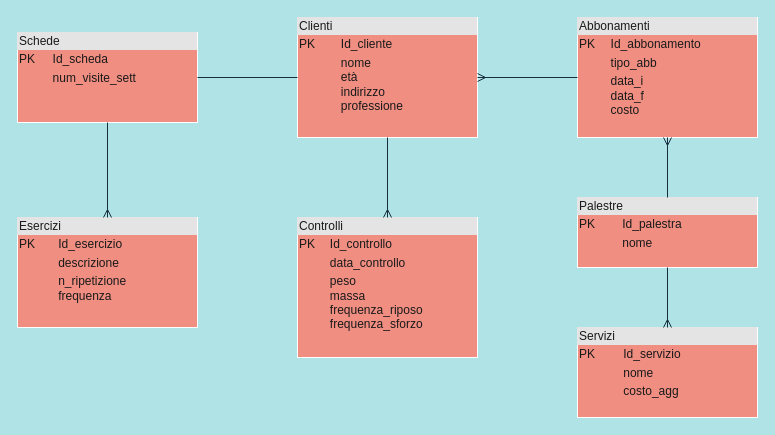
ChiaraGismondi02/informatica-modelloE-R keeps this draw.io diagram as Palestra.drawio. Above is the earlier version. Source tidied: cells renumbered, new cells numbered last; positions are measured from the earlier drawing's top-left corner, leaving out a move shared by most shapes. Both pictures are drawn from the tidied source at 100%, with x=0, y=0 at pixel (17, 17).
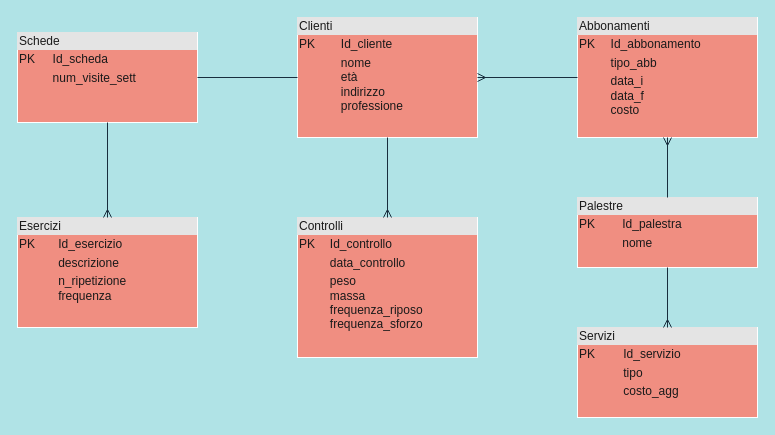
The same page after the edit.

What changed in the source:
```diff
@@
 <mxGraphModel background="#B0E3E6">
   <root>
     <mxCell id="0" />
     <mxCell id="1" parent="0" />
     <mxCell id="2" value="&lt;div style=&quot;box-sizing: border-box ; width: 100% ; background: #e4e4e4 ; padding: 2px&quot;&gt;Clienti&lt;/div&gt;&lt;table style=&quot;width: 100% ; font-size: 1em&quot; cellpadding=&quot;2&quot; cellspacing=&quot;0&quot;&gt;&lt;tbody&gt;&lt;tr&gt;&lt;td&gt;PK&lt;/td&gt;&lt;td&gt;Id_cliente&lt;/td&gt;&lt;/tr&gt;&lt;tr&gt;&lt;td&gt;&lt;br&gt;&lt;/td&gt;&lt;td&gt;nome &lt;br&gt;età &lt;br&gt;indirizzo &lt;br&gt;professione&lt;/td&gt;&lt;/tr&gt;&lt;tr&gt;&lt;td&gt;&lt;/td&gt;&lt;td&gt;&lt;br&gt;&lt;/td&gt;&lt;/tr&gt;&lt;/tbody&gt;&lt;/table&gt;" style="verticalAlign=top;align=left;overflow=fill;html=1;fillColor=#F08E81;strokeColor=#FFFFFF;fontColor=#1A1A1A;" parent="1" vertex="1">
       <mxGeometry x="280" width="180" height="120" as="geometry" />
     </mxCell>
     <mxCell id="3" value="&lt;div style=&quot;box-sizing: border-box ; width: 100% ; background: #e4e4e4 ; padding: 2px&quot;&gt;Schede&lt;/div&gt;&lt;table style=&quot;width: 100% ; font-size: 1em&quot; cellpadding=&quot;2&quot; cellspacing=&quot;0&quot;&gt;&lt;tbody&gt;&lt;tr&gt;&lt;td&gt;PK&lt;/td&gt;&lt;td&gt;Id_scheda&lt;/td&gt;&lt;/tr&gt;&lt;tr&gt;&lt;td&gt;&lt;br&gt;&lt;/td&gt;&lt;td&gt;num_visite_sett&lt;/td&gt;&lt;/tr&gt;&lt;tr&gt;&lt;td&gt;&lt;/td&gt;&lt;td&gt;&lt;br&gt;&lt;/td&gt;&lt;/tr&gt;&lt;/tbody&gt;&lt;/table&gt;" style="verticalAlign=top;align=left;overflow=fill;html=1;fillColor=#F08E81;strokeColor=#FFFFFF;fontColor=#1A1A1A;" parent="1" vertex="1">
       <mxGeometry y="15" width="180" height="90" as="geometry" />
     </mxCell>
     <mxCell id="4" value="&lt;div style=&quot;box-sizing: border-box ; width: 100% ; background: #e4e4e4 ; padding: 2px&quot;&gt;Abbonamenti&lt;/div&gt;&lt;table style=&quot;width: 100% ; font-size: 1em&quot; cellpadding=&quot;2&quot; cellspacing=&quot;0&quot;&gt;&lt;tbody&gt;&lt;tr&gt;&lt;td&gt;PK&lt;/td&gt;&lt;td&gt;Id_abbonamento&lt;/td&gt;&lt;/tr&gt;&lt;tr&gt;&lt;td&gt;&lt;br&gt;&lt;/td&gt;&lt;td&gt;tipo_abb&lt;/td&gt;&lt;/tr&gt;&lt;tr&gt;&lt;td&gt;&lt;/td&gt;&lt;td&gt;data_i&lt;br&gt;data_f&lt;br&gt;costo&lt;/td&gt;&lt;/tr&gt;&lt;/tbody&gt;&lt;/table&gt;" style="verticalAlign=top;align=left;overflow=fill;html=1;fillColor=#F08E81;strokeColor=#FFFFFF;fontColor=#1A1A1A;" parent="1" vertex="1">
       <mxGeometry x="560" width="180" height="120" as="geometry" />
     </mxCell>
     <mxCell id="5" value="&lt;div style=&quot;box-sizing: border-box ; width: 100% ; background: #e4e4e4 ; padding: 2px&quot;&gt;Esercizi&lt;/div&gt;&lt;table style=&quot;width: 100% ; font-size: 1em&quot; cellpadding=&quot;2&quot; cellspacing=&quot;0&quot;&gt;&lt;tbody&gt;&lt;tr&gt;&lt;td&gt;PK&lt;/td&gt;&lt;td&gt;Id_esercizio&lt;/td&gt;&lt;/tr&gt;&lt;tr&gt;&lt;td&gt;&lt;br&gt;&lt;/td&gt;&lt;td&gt;descrizione&lt;/td&gt;&lt;/tr&gt;&lt;tr&gt;&lt;td&gt;&lt;/td&gt;&lt;td&gt;n_ripetizione&lt;br&gt;frequenza&lt;/td&gt;&lt;/tr&gt;&lt;/tbody&gt;&lt;/table&gt;" style="verticalAlign=top;align=left;overflow=fill;html=1;fillColor=#F08E81;strokeColor=#FFFFFF;fontColor=#1A1A1A;" parent="1" vertex="1">
       <mxGeometry y="200" width="180" height="110" as="geometry" />
     </mxCell>
     <mxCell id="6" value="&lt;div style=&quot;box-sizing: border-box ; width: 100% ; background: #e4e4e4 ; padding: 2px&quot;&gt;Controlli&lt;/div&gt;&lt;table style=&quot;width: 100% ; font-size: 1em&quot; cellpadding=&quot;2&quot; cellspacing=&quot;0&quot;&gt;&lt;tbody&gt;&lt;tr&gt;&lt;td&gt;PK&lt;/td&gt;&lt;td&gt;Id_controllo&lt;/td&gt;&lt;/tr&gt;&lt;tr&gt;&lt;td&gt;&lt;br&gt;&lt;/td&gt;&lt;td&gt;data_controllo&lt;/td&gt;&lt;/tr&gt;&lt;tr&gt;&lt;td&gt;&lt;/td&gt;&lt;td&gt;peso&lt;br&gt;massa&lt;br&gt;frequenza_riposo&lt;br&gt;frequenza_sforzo&lt;/td&gt;&lt;/tr&gt;&lt;/tbody&gt;&lt;/table&gt;" style="verticalAlign=top;align=left;overflow=fill;html=1;fillColor=#F08E81;strokeColor=#FFFFFF;fontColor=#1A1A1A;" parent="1" vertex="1">
       <mxGeometry x="280" y="200" width="180" height="140" as="geometry" />
     </mxCell>
-    <mxCell id="7" value="&lt;div style=&quot;box-sizing: border-box ; width: 100% ; background: #e4e4e4 ; padding: 2px&quot;&gt;Servizi&lt;/div&gt;&lt;table style=&quot;width: 100% ; font-size: 1em&quot; cellpadding=&quot;2&quot; cellspacing=&quot;0&quot;&gt;&lt;tbody&gt;&lt;tr&gt;&lt;td&gt;PK&lt;/td&gt;&lt;td&gt;Id_servizio&lt;/td&gt;&lt;/tr&gt;&lt;tr&gt;&lt;td&gt;&lt;br&gt;&lt;/td&gt;&lt;td&gt;nome&lt;/td&gt;&lt;/tr&gt;&lt;tr&gt;&lt;td&gt;&lt;/td&gt;&lt;td&gt;costo_agg&lt;/td&gt;&lt;/tr&gt;&lt;/tbody&gt;&lt;/table&gt;" style="verticalAlign=top;align=left;overflow=fill;html=1;fillColor=#F08E81;strokeColor=#FFFFFF;fontColor=#1A1A1A;" parent="1" vertex="1">
+    <mxCell id="7" value="&lt;div style=&quot;box-sizing: border-box ; width: 100% ; background: #e4e4e4 ; padding: 2px&quot;&gt;Servizi&lt;/div&gt;&lt;table style=&quot;width: 100% ; font-size: 1em&quot; cellpadding=&quot;2&quot; cellspacing=&quot;0&quot;&gt;&lt;tbody&gt;&lt;tr&gt;&lt;td&gt;PK&lt;/td&gt;&lt;td&gt;Id_servizio&lt;/td&gt;&lt;/tr&gt;&lt;tr&gt;&lt;td&gt;&lt;br&gt;&lt;/td&gt;&lt;td&gt;tipo&lt;/td&gt;&lt;/tr&gt;&lt;tr&gt;&lt;td&gt;&lt;/td&gt;&lt;td&gt;costo_agg&lt;/td&gt;&lt;/tr&gt;&lt;/tbody&gt;&lt;/table&gt;" style="verticalAlign=top;align=left;overflow=fill;html=1;fillColor=#F08E81;strokeColor=#FFFFFF;fontColor=#1A1A1A;" parent="1" vertex="1">
       <mxGeometry x="560" y="310" width="180" height="90" as="geometry" />
     </mxCell>
     <mxCell id="8" style="endArrow=none;html=1;entryX=0;entryY=0.5;entryDx=0;entryDy=0;startArrow=ERmany;startFill=0;exitX=1;exitY=0.5;exitDx=0;exitDy=0;strokeColor=#182E3E;fontColor=#1A1A1A;labelBackgroundColor=#B0E3E6;" parent="1" edge="1" source="2" target="4">
       <mxGeometry relative="1" as="geometry" />
     </mxCell>
     <mxCell id="9" style="endArrow=none;html=1;entryX=1;entryY=0.5;entryDx=0;entryDy=0;exitX=0;exitY=0.5;exitDx=0;exitDy=0;strokeColor=#182E3E;fontColor=#1A1A1A;labelBackgroundColor=#B0E3E6;" parent="1" edge="1" source="2" target="3">
       <mxGeometry relative="1" as="geometry" />
     </mxCell>
     <mxCell id="10" style="endArrow=none;html=1;entryX=0.5;entryY=1;entryDx=0;entryDy=0;exitX=0.5;exitY=0;exitDx=0;exitDy=0;startArrow=ERmany;startFill=0;strokeColor=#182E3E;fontColor=#1A1A1A;labelBackgroundColor=#B0E3E6;" parent="1" edge="1" source="6" target="2">
       <mxGeometry relative="1" as="geometry" />
     </mxCell>
     <mxCell id="11" value="&lt;div style=&quot;box-sizing: border-box ; width: 100% ; background: #e4e4e4 ; padding: 2px&quot;&gt;Palestre&lt;/div&gt;&lt;table style=&quot;width: 100% ; font-size: 1em&quot; cellpadding=&quot;2&quot; cellspacing=&quot;0&quot;&gt;&lt;tbody&gt;&lt;tr&gt;&lt;td&gt;PK&lt;/td&gt;&lt;td&gt;Id_palestra&lt;/td&gt;&lt;/tr&gt;&lt;tr&gt;&lt;td&gt;&lt;br&gt;&lt;/td&gt;&lt;td&gt;nome&lt;/td&gt;&lt;/tr&gt;&lt;tr&gt;&lt;td&gt;&lt;/td&gt;&lt;td&gt;&lt;br&gt;&lt;/td&gt;&lt;/tr&gt;&lt;/tbody&gt;&lt;/table&gt;" style="verticalAlign=top;align=left;overflow=fill;html=1;fillColor=#F08E81;strokeColor=#FFFFFF;fontColor=#1A1A1A;" parent="1" vertex="1">
       <mxGeometry x="560" y="180" width="180" height="70" as="geometry" />
     </mxCell>
     <mxCell id="12" style="endArrow=none;html=1;entryX=0.5;entryY=0;entryDx=0;entryDy=0;startArrow=ERmany;startFill=0;exitX=0.5;exitY=1;exitDx=0;exitDy=0;strokeColor=#182E3E;fontColor=#1A1A1A;labelBackgroundColor=#B0E3E6;" parent="1" edge="1" source="4" target="11">
       <mxGeometry relative="1" as="geometry" />
     </mxCell>
     <mxCell id="13" style="endArrow=none;html=1;entryX=0.5;entryY=1;entryDx=0;entryDy=0;exitX=0.5;exitY=0;exitDx=0;exitDy=0;startArrow=ERmany;startFill=0;strokeColor=#182E3E;fontColor=#1A1A1A;labelBackgroundColor=#B0E3E6;" parent="1" edge="1" source="7" target="11">
       <mxGeometry relative="1" as="geometry" />
     </mxCell>
     <mxCell id="14" style="endArrow=none;html=1;entryX=0.5;entryY=1;entryDx=0;entryDy=0;exitX=0.5;exitY=0;exitDx=0;exitDy=0;startArrow=ERmany;startFill=0;strokeColor=#182E3E;fontColor=#1A1A1A;labelBackgroundColor=#B0E3E6;" parent="1" edge="1" source="5" target="3">
       <mxGeometry relative="1" as="geometry" />
     </mxCell>
   </root>
 </mxGraphModel>
```
